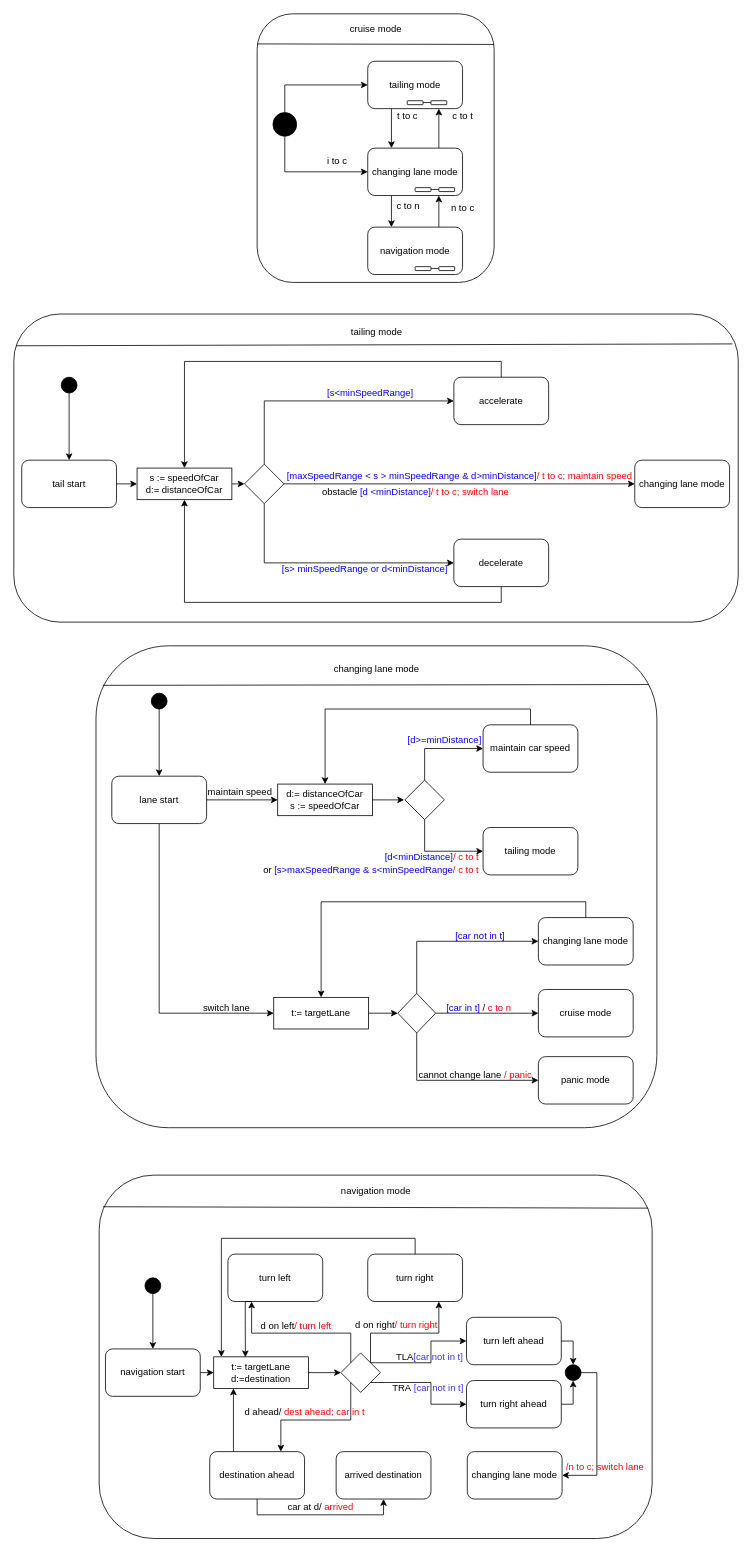
This is A2_SOEN331_Cruise.drawio from SamanthaGuillemette/SOEN331_A2, a draw.io file, before an edit. Source tidied: cells renumbered, new cells numbered last; positions are measured from the earlier drawing's top-left corner, leaving out a move shared by most shapes. Both pictures are drawn from the tidied source at 79%, with x=0, y=0 at pixel (13, 13).
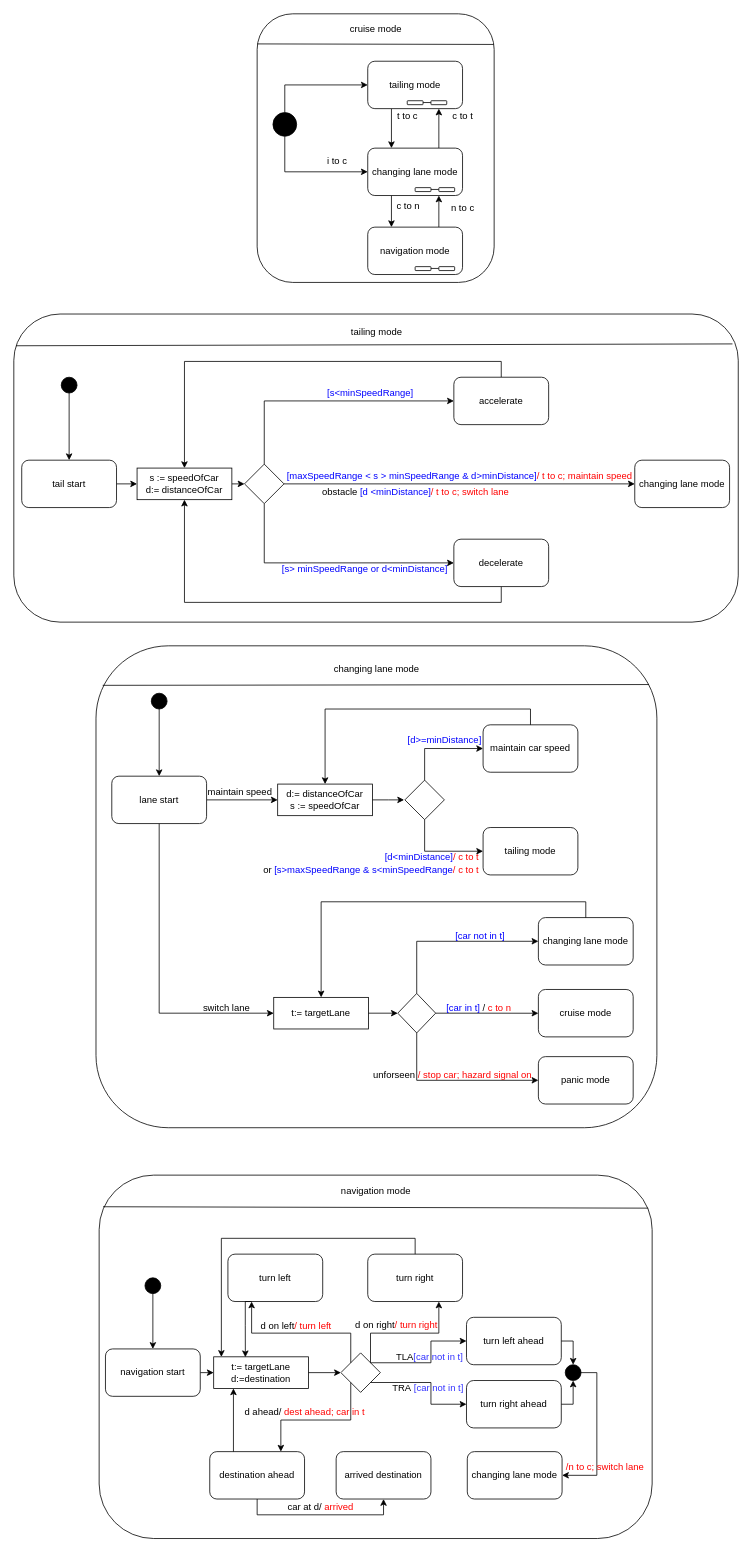
Above is the later version.

Diff of the diagram source:
```diff
@@
-    <mxCell id="79" value="cannot change lane&lt;font color=&quot;#ff0000&quot;&gt; / panic&lt;/font&gt;" style="text;html=1;align=center;verticalAlign=middle;" parent="1" vertex="1">
-      <mxGeometry x="504" y="1333" width="160" height="20" as="geometry" />
+    <mxCell id="79" value="unforseen&lt;font color=&quot;#ff0000&quot;&gt;&amp;nbsp;/ stop car; hazard signal on&lt;/font&gt;" style="text;html=1;align=center;verticalAlign=middle;" parent="1" vertex="1">
+      <mxGeometry x="445" y="1333" width="220" height="20" as="geometry" />
     </mxCell>
```
